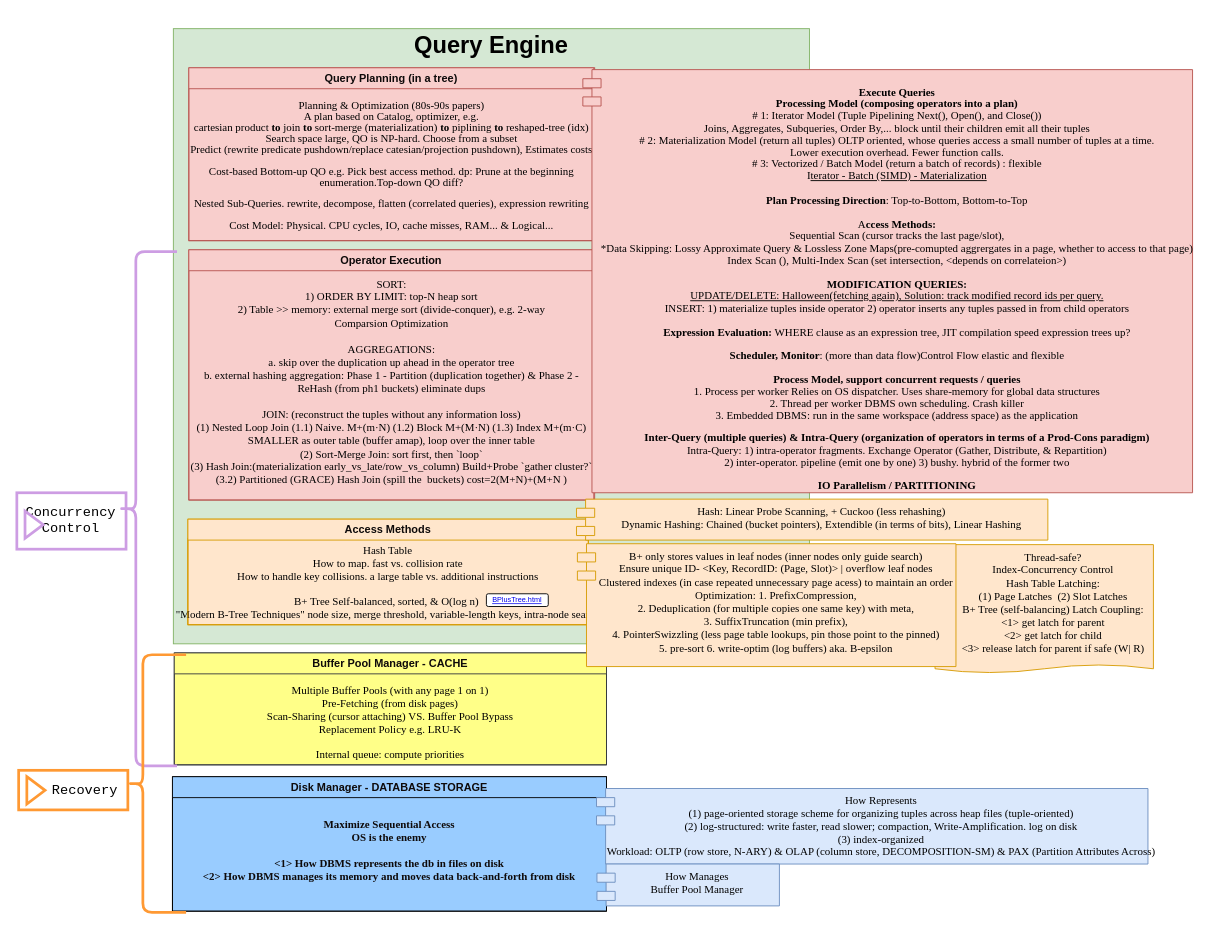
Above: diagram/course.drawio in Guo-lab/15645-Database (draw.io), before the change. Source tidied: cells renumbered, new cells numbered last; positions are measured from the earlier drawing's top-left corner, leaving out a move shared by most shapes. Both pictures are drawn from the tidied source at 91%, with x=0, y=0 at pixel (16, 28).
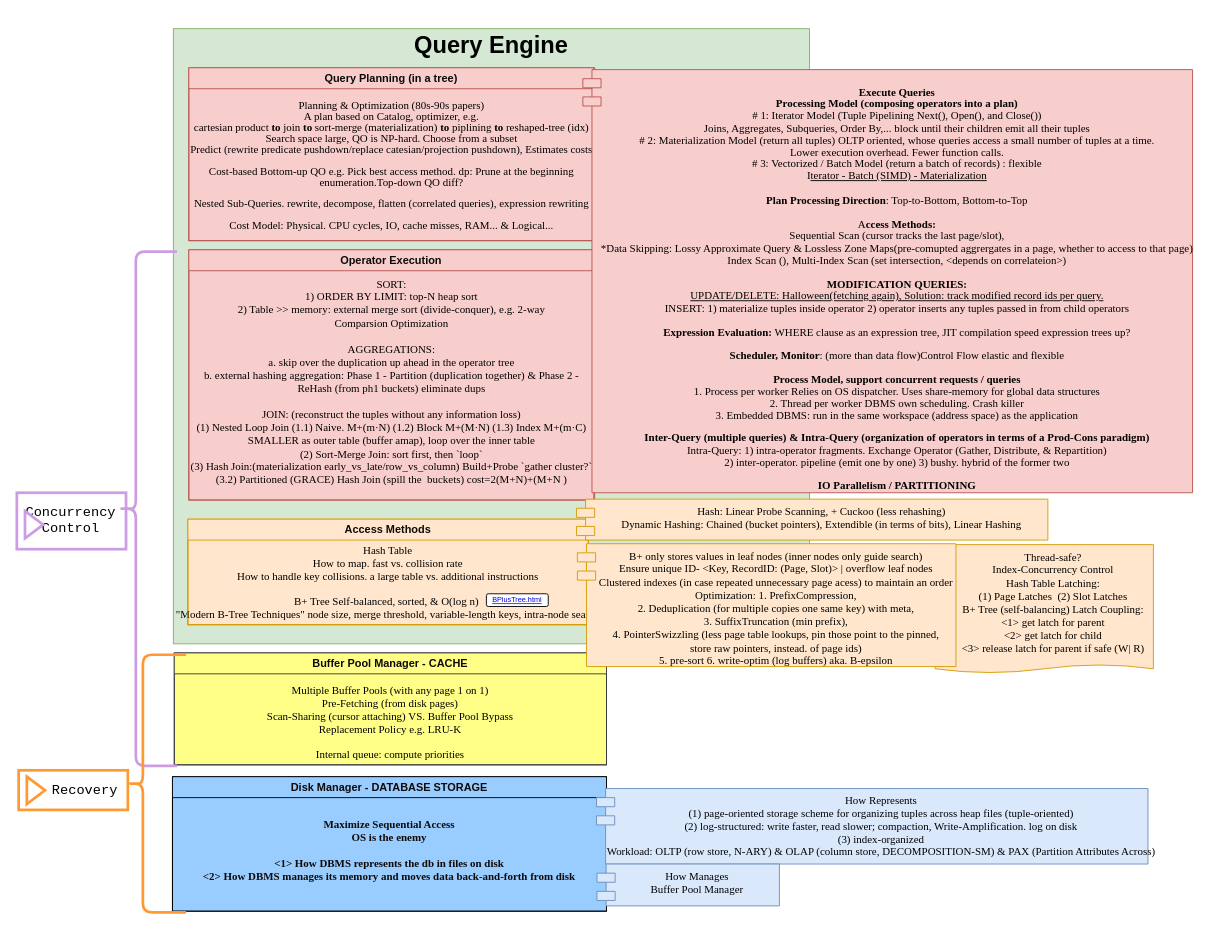
The same diagram, later.

What changed in the source:
```diff
@@
-    <mxCell id="18" value="B+ only stores values in leaf nodes (inner nodes only guide search)&lt;br&gt;Ensure unique ID- &amp;lt;Key, RecordID: (Page, Slot)&amp;gt; | overflow leaf nodes&lt;br&gt;Clustered indexes (in case repeated unnecessary page acess) to maintain an order&lt;br&gt;Optimization: 1. PrefixCompression, &lt;br&gt;2. Deduplication (for multiple copies one same key) with meta,&lt;br&gt;3. SuffixTruncation (min prefix), &lt;br&gt;4. PointerSwizzling (less page table lookups, pin those point to the pinned) &lt;br&gt;5. pre-sort 6. write-optim (log buffers) aka. B-epsilon" style="shape=module;align=left;spacingLeft=20;align=center;verticalAlign=top;fontFamily=Times New Roman;fillColor=#ffe6cc;strokeColor=#d79b00;html=1;" parent="1" vertex="1">
+    <mxCell id="18" value="B+ only stores values in leaf nodes (inner nodes only guide search)&lt;br&gt;Ensure unique ID- &amp;lt;Key, RecordID: (Page, Slot)&amp;gt; | overflow leaf nodes&lt;br&gt;Clustered indexes (in case repeated unnecessary page acess) to maintain an order&lt;br&gt;Optimization: 1. PrefixCompression, &lt;br&gt;2. Deduplication (for multiple copies one same key) with meta,&lt;br&gt;3. SuffixTruncation (min prefix), &lt;br&gt;4. PointerSwizzling (less page table lookups, pin those point to the pinned, &lt;br&gt;store raw pointers, instead. of page ids) &lt;br&gt;5. pre-sort 6. write-optim (log buffers) aka. B-epsilon" style="shape=module;align=left;spacingLeft=20;align=center;verticalAlign=top;fontFamily=Times New Roman;fillColor=#ffe6cc;strokeColor=#d79b00;html=1;" parent="1" vertex="1">
       <mxGeometry x="616" y="566" width="416" height="135" as="geometry" />
     </mxCell>
```
